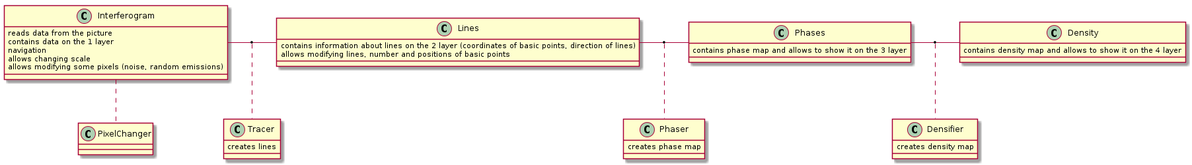
The PlantUML diagram documentation/classes_diagram.png in fian-tuesday/interfan, before a commit.
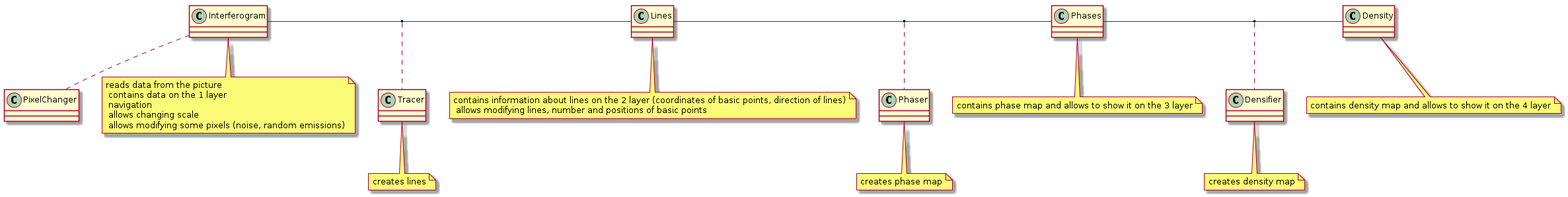
The same diagram one commit later.

What changed in the source:
```diff
@@ -9,35 +9,32 @@
 (Lines, Phases) .. Phaser
 (Phases, Density) .. Densifier
 
-class Interferogram {
-{field} reads data from the picture
-{field} contains data on the 1 layer
-{field} navigation
-{field} allows changing scale
-{field} allows modifying some pixels (noise, random emissions)
-}
+class Interferogram
+note "reads data from the picture\n contains data on the 1 layer\n navigation\n allows changing scale\n allows modifying some pixels (noise, random emissions)" as Ninterferogram
+Interferogram .. Ninterferogram
 
-class Lines {
-{field} contains information about lines on the 2 layer (coordinates of basic points, direction of lines)
-{field} allows modifying lines, number and positions of basic points
-}
+class Lines
+note "contains information about lines on the 2 layer (coordinates of basic points, direction of lines)\n allows modifying lines, number and positions of basic points" as Nlines
+Lines .. Nlines
 
-class Phases {
-{field} contains phase map and allows to show it on the 3 layer
-}
-class Density {
-{field} contains density map and allows to show it on the 4 layer
-}
+class Phases
+note "contains phase map and allows to show it on the 3 layer" as Nphases
+Phases .. Nphases
 
-class Tracer {
-{field} creates lines
-}
-class Phaser {
-{field} creates phase map
-}
-class Densifier {
-{field} creates density map
-}
+class Density
+note "contains density map and allows to show it on the 4 layer" as Ndensity
+Density .. Ndensity
 
+class Tracer
+note "creates lines" as Ntracer
+Tracer.. Ntracer
+
+class Phaser
+note "creates phase map" as Nphaser
+Phaser .. Nphaser
+
+class Densifier
+note "creates density map" as Ndensifier
+Densifier .. Ndensifier
 
 @enduml
```
